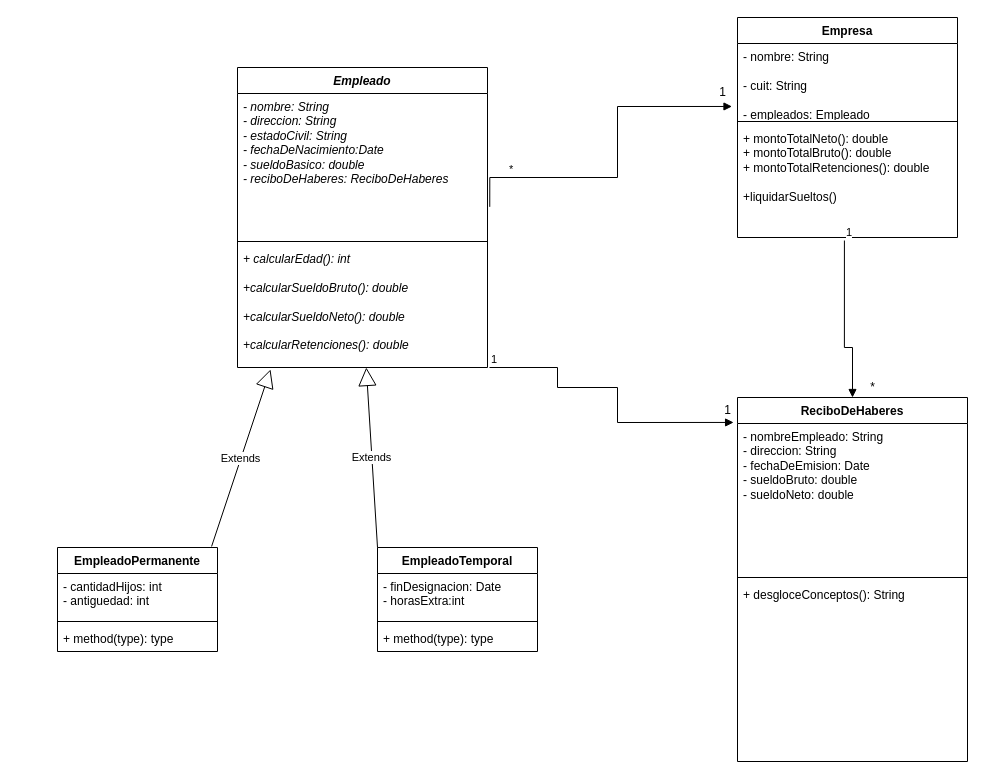
This is src/ar/edu/unq/po2/tp2/Ejercicio1.drawio from Medina-Ivan-Angel/unqui-po2-medina, a draw.io file, before an edit. Source tidied: cells renumbered, new cells numbered last; positions are measured from the earlier drawing's top-left corner, leaving out a move shared by most shapes. Both pictures are drawn from the tidied source at 100%, with x=0, y=0 at pixel (57, 17).
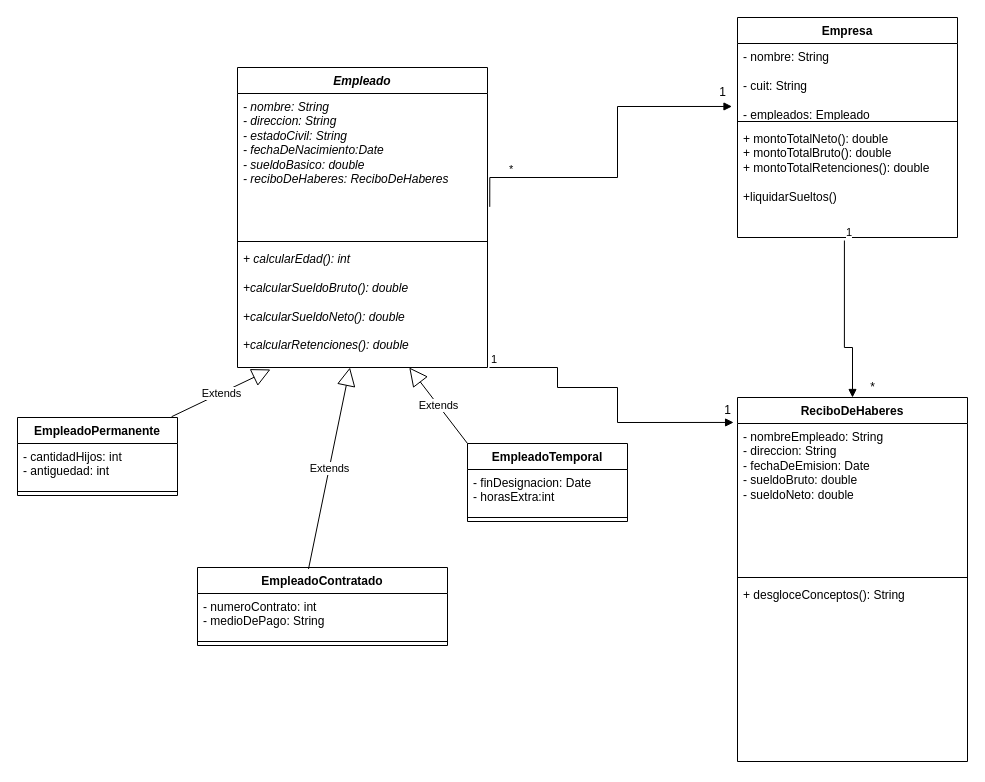
The same diagram, later.

Unchanged cells that the change refers to:
```xml
<mxCell id="9" value="&lt;div&gt;&lt;i&gt;+ calcularEdad(): int&lt;/i&gt;&lt;/div&gt;&lt;div&gt;&lt;i&gt;&lt;br&gt;&lt;/i&gt;&lt;/div&gt;&lt;div&gt;&lt;i&gt;+calcularSueldoBruto(): double&lt;/i&gt;&lt;/div&gt;&lt;div&gt;&lt;i&gt;&lt;br&gt;&lt;/i&gt;&lt;/div&gt;&lt;div&gt;&lt;i&gt;+calcularSueldoNeto(): double&lt;br&gt;&lt;/i&gt;&lt;/div&gt;&lt;div&gt;&lt;i&gt;&lt;br&gt;&lt;/i&gt;&lt;/div&gt;&lt;div&gt;&lt;i&gt;+calcularRetenciones(): double&lt;/i&gt;&lt;br&gt;&lt;/div&gt;&lt;div&gt;&lt;br&gt;&lt;/div&gt;" style="text;strokeColor=none;fillColor=none;align=left;verticalAlign=top;spacingLeft=4;spacingRight=4;overflow=hidden;points=[[0,0.5],[1,0.5]];portConstraint=eastwest;whiteSpace=wrap;html=1;" parent="6" vertex="1">
  <mxGeometry y="178" width="250" height="122" as="geometry" />
</mxCell>
```

The edit, as a diff of the source:
```diff
@@
     <mxCell id="13" value="&lt;div&gt;EmpleadoPermanente&lt;/div&gt;&lt;div&gt;&lt;br&gt;&lt;/div&gt;" style="swimlane;fontStyle=1;align=center;verticalAlign=top;horizontal=1;startSize=26;whiteSpace=wrap;html=1;" parent="1" vertex="1">
-      <mxGeometry y="530" width="160" height="104" as="geometry" />
+      <mxGeometry x="-40" y="400" width="160" height="78" as="geometry" />
     </mxCell>
@@
-    <mxCell id="16" value="+ method(type): type" style="text;strokeColor=none;fillColor=none;align=left;verticalAlign=top;spacingLeft=4;spacingRight=4;overflow=hidden;whiteSpace=wrap;html=1;" parent="13" vertex="1">
-      <mxGeometry y="78" width="160" height="26" as="geometry" />
-    </mxCell>
     <mxCell id="17" value="&lt;div&gt;EmpleadoTemporal&lt;/div&gt;&lt;div&gt;&lt;br&gt;&lt;/div&gt;&lt;div&gt;&lt;br&gt;&lt;/div&gt;" style="swimlane;fontStyle=1;align=center;verticalAlign=top;horizontal=1;startSize=26;whiteSpace=wrap;html=1;" parent="1" vertex="1">
-      <mxGeometry x="320" y="530" width="160" height="104" as="geometry" />
+      <mxGeometry x="410" y="426" width="160" height="78" as="geometry" />
     </mxCell>
@@
-    <mxCell id="20" value="+ method(type): type" style="text;strokeColor=none;fillColor=none;align=left;verticalAlign=top;spacingLeft=4;spacingRight=4;overflow=hidden;whiteSpace=wrap;html=1;" parent="17" vertex="1">
-      <mxGeometry y="78" width="160" height="26" as="geometry" />
-    </mxCell>
@@
+    <mxCell id="33" value="&lt;div&gt;EmpleadoContratado&lt;/div&gt;" style="swimlane;fontStyle=1;align=center;verticalAlign=top;horizontal=1;startSize=26;whiteSpace=wrap;html=1;" parent="1" vertex="1">
+      <mxGeometry x="140" y="550" width="250" height="78" as="geometry" />
+    </mxCell>
+    <mxCell id="34" value="&lt;div&gt;- numeroContrato: int&lt;/div&gt;&lt;div&gt;- medioDePago: String&lt;br&gt;&lt;/div&gt;" style="text;strokeColor=none;fillColor=none;align=left;verticalAlign=top;spacingLeft=4;spacingRight=4;overflow=hidden;whiteSpace=wrap;html=1;" parent="33" vertex="1">
+      <mxGeometry y="26" width="250" height="44" as="geometry" />
+    </mxCell>
+    <mxCell id="35" style="line;strokeWidth=1;fillColor=none;align=left;verticalAlign=middle;spacingTop=-1;spacingLeft=3;spacingRight=3;labelPosition=right;strokeColor=inherit;" parent="33" vertex="1">
+      <mxGeometry y="70" width="250" height="8" as="geometry" />
+    </mxCell>
+    <mxCell id="36" value="Extends" style="endArrow=block;endSize=16;endFill=0;html=1;rounded=0;exitX=0.444;exitY=0.019;exitDx=0;exitDy=0;exitPerimeter=0;" parent="1" edge="1" source="33" target="9">
+      <mxGeometry relative="1" as="geometry" />
+    </mxCell>
```
